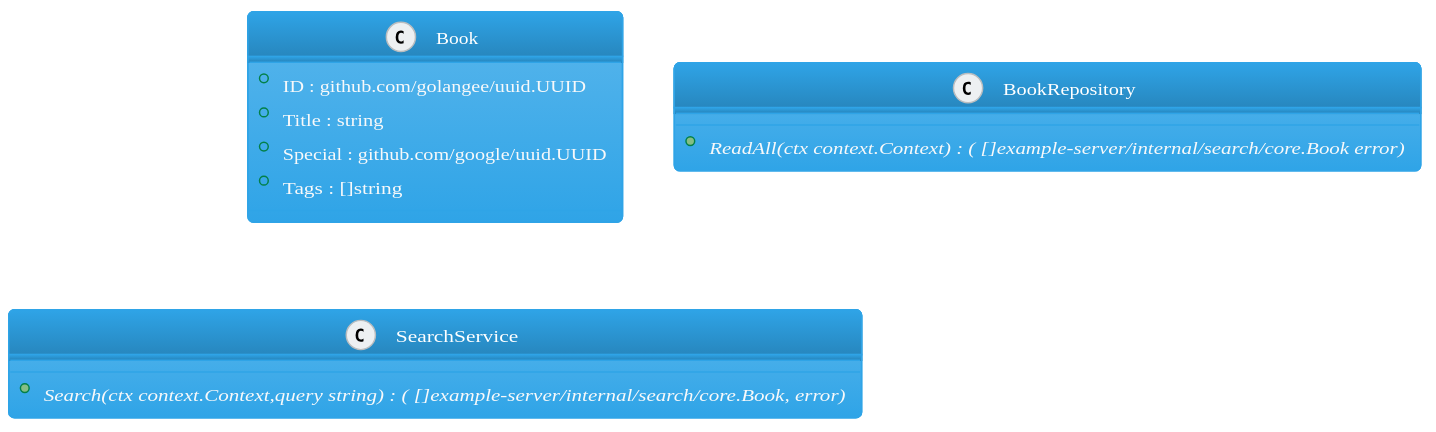
golangee/ddd keeps this PlantUML diagram as ddd/v1/internal/example/server/uml-search-core-api.gen.svg. Above is the earlier version. Its diagram source:
```plantuml
@startuml



skinparam backgroundColor transparent







skinparam defaultFontName        "Verdana"
skinparam defaultFontSize        12
skinparam dpi                    100
skinparam shadowing              false
skinparam roundcorner            8
skinparam ParticipantPadding     40
skinparam BoxPadding             40
skinparam Padding                5
skinparam ArrowColor             #868E96
skinparam stereotype {
    CBackgroundColor #EDF0F2
    CBorderColor #BABDBF
    ABackgroundColor #8FB961
    ABorderColor #5C862E
    IBackgroundColor #D2494E
    IBorderColor #9F161B
    EBackgroundColor #E47833
    EBorderColor #B14500
    NBackgroundColor #35638F
    NBorderColor #02305C
}
skinparam title {
	FontColor	                 #2FA4E7
	BorderColor	                 #BABDBF
	FontSize	    	         20
	BorderRoundCorner            8
	BorderThickness 	         1
	BackgroundColor              #EDF0F2-#E9ECEF
}


skinparam legend {
	BackgroundColor #E9ECEF
	BorderColor #BABDBF
	FontColor #343A40
}


skinparam activity {
		FontColor #FFF
	BorderColor #2FA4E7
	BackgroundColor #59B6EC-#2FA4E7
	BarColor #73A839
	StartColor #033C73
	EndColor #033C73
	DiamondBackgroundColor #FFF-#EDF0F2
  	DiamondBorderColor #BABDBF
	DiamondFontColor #343A40
}


skinparam participant {
		FontColor #FFF
	BorderColor #2FA4E7
	BackgroundColor #59B6EC-#2FA4E7
	ParticipantBorderThickness 2
}


skinparam actor {
		FontColor #FFF
	BorderColor #2FA4E7
	BackgroundColor #59B6EC-#2FA4E7
	FontColor #343A40
}


skinparam arrow {
	Thickness 3
	Color #2FA4E7
	FontColor #343A40
}


skinparam sequence {
	BorderColor #2FA4E7
	TitleFontColor #2FA4E7
	BackgroundColor transparent
	StartColor #2FA4E7
	EndColor #2FA4E7
	BoxBackgroundColor #F8F9FA
	BoxBorderColor #868E96
	BoxFontColor #343A40
	LifeLineBorderColor #BABDBF
	LifeLineBorderThickness 2
	LifeLineBackgroundColor #EDF0F2
	GroupBorderColor #868E96
	GroupFontColor #343A40
	GroupHeaderFontColor #033C73
	DividerBackgroundColor #FFF-#F8F9FA
    DividerBorderColor #868E96
    DividerBorderThickness 2
    DividerFontColor #343A40
	ReferenceBackgroundColor transparent
	ReferenceBorderColor #868E96
	ReferenceFontColor #343A40
	ReferenceHeaderFontColor #033C73
}


skinparam partition {
	BorderColor #2FA4E7
	FontColor #2FA4E7
	BackgroundColor transparent
}


skinparam collections {
		FontColor #FFF
	BorderColor #2FA4E7
	BackgroundColor #59B6EC-#2FA4E7
}


skinparam control {
		FontColor #FFF
	BorderColor #2FA4E7
	BackgroundColor #59B6EC-#2FA4E7
	FontColor #343A40
}


skinparam entity {
		FontColor #FFF
	BorderColor #2FA4E7
	BackgroundColor #59B6EC-#2FA4E7
	FontColor #343A40
}


skinparam boundary {
		FontColor #FFF
	BorderColor #2FA4E7
	BackgroundColor #59B6EC-#2FA4E7
	FontColor #343A40
}


skinparam agent {
	BackgroundColor #orange
	BorderColor #999999
	FontColor #333333
}


skinparam note {
	BorderThickness 1
	BackgroundColor #35638F-#033C73
	BorderColor #033C73
	FontColor #FFF
}


skinparam artifact {
	BackgroundColor #FFF-#F8F9FA
	BorderColor #BABDBF
	FontColor #343A40
}


skinparam component {
		FontColor #FFF
	BorderColor #2FA4E7
	BackgroundColor #59B6EC-#2FA4E7
}


skinparam interface {
	BackgroundColor  #D2494E
	BorderColor  #C71C22
	FontColor #343A40
}


skinparam storage {
	BackgroundColor #E47833-#DD5600
  	BorderColor #DD5600
	FontColor #FFF
}


skinparam node {
	BackgroundColor #EDF0F2-#E9ECEF
	BorderColor #E9ECEF
	FontColor #343A40
}


skinparam cloud {
	BackgroundColor #F2FCFE-#eeeeee
	BorderColor #F2FCFE
	FontColor #2FA4E7
}


skinparam database {
		FontColor #FFF
	BorderColor #2FA4E7
	BackgroundColor #59B6EC-#2FA4E7
	FontColor #343A40
}


skinparam class {
		FontColor #FFF
	BorderColor #2FA4E7
	BackgroundColor #59B6EC-#2FA4E7
	HeaderBackgroundColor #2FA4E7-#2683B9
	StereotypeFontColor #343A40
	BorderThickness 1
	AttributeFontColor #F8F9FA
	AttributeFontSize 11
}


skinparam object {
		FontColor #FFF
	BorderColor #2FA4E7
	BackgroundColor #59B6EC-#2FA4E7
	StereotypeFontColor #343A40
	BorderThickness 1
	AttributeFontColor #343A40
	AttributeFontSize 11
}


skinparam usecase {
		FontColor #FFF
	BorderColor #2FA4E7
	BackgroundColor #59B6EC-#2FA4E7
	BorderThickness 2
	StereotypeFontColor #2FA4E7
}


skinparam rectangle {
	FontColor #2FA4E7
	BorderColor #59B6EC
	BackgroundColor transparent
	BorderThickness 2
	StereotypeFontColor #2FA4E7
}


skinparam package {
	FontColor #2FA4E7
	BorderColor #59B6EC
	BackgroundColor transparent
	BorderThickness 2
}


skinparam folder {
	BackgroundColor #FFF-#EDF0F2
  	BorderColor #DD5600
	FontColor #DD5600
	BorderThickness 2
}


skinparam frame {
	BackgroundColor #FFF-#EDF0F2
  	BorderColor #033C73
	FontColor #033C73
	BorderThickness 2
}


skinparam state {
		FontColor #FFF
	BorderColor #2FA4E7
	BackgroundColor #59B6EC-#2FA4E7
	StartColor #033C73
	EndColor #033C73
	AttributeFontColor #343A40
	AttributeFontSize 11
}


skinparam queue {
		FontColor #FFF
	BorderColor #2FA4E7
	BackgroundColor #59B6EC-#2FA4E7
}


skinparam card {
	BackgroundColor #35638F-#033C73
	BorderColor #033C73
	FontColor #FFF
}


skinparam file {
	BackgroundColor #EDF0F2-#E9ECEF
	BorderColor #033C73
	FontColor #868E96

}


class "Book" {
+ID : github.com/golangee/uuid.UUID
+Title : string
+Special : github.com/google/uuid.UUID
+Tags : []string
}
class "BookRepository" {
{abstract} +ReadAll(ctx context.Context) : ( []example-server/internal/search/core.Book error)
}
class "SearchService" {
{abstract} +Search(ctx context.Context,query string) : ( []example-server/internal/search/core.Book, error)
}
@enduml
```
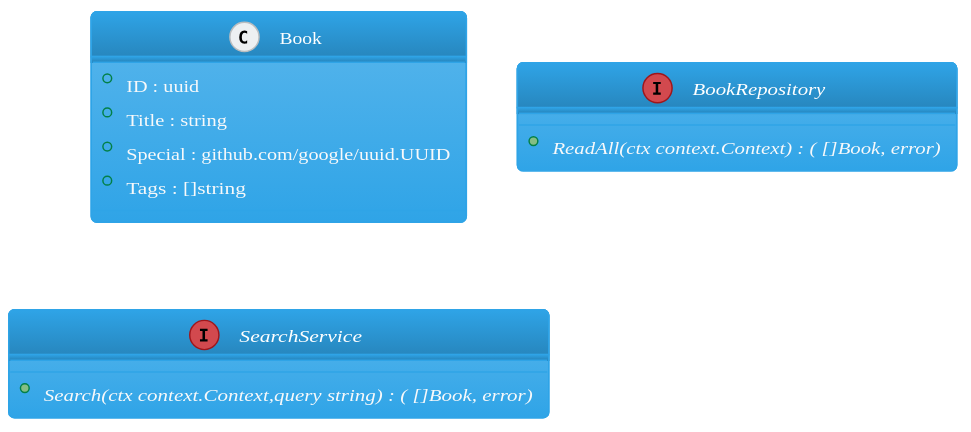
The same diagram one commit later.

Change to the diagram source:
```diff
@@ -312,15 +312,15 @@
 
 
 class "Book" {
-+ID : github.com/golangee/uuid.UUID
++ID : uuid
 +Title : string
 +Special : github.com/google/uuid.UUID
 +Tags : []string
 }
-class "BookRepository" {
-{abstract} +ReadAll(ctx context.Context) : ( []example-server/internal/search/core.Book error)
+interface "BookRepository" {
+{abstract} +ReadAll(ctx context.Context) : ( []Book, error)
 }
-class "SearchService" {
-{abstract} +Search(ctx context.Context,query string) : ( []example-server/internal/search/core.Book, error)
+interface "SearchService" {
+{abstract} +Search(ctx context.Context,query string) : ( []Book, error)
 }
 @enduml
```
